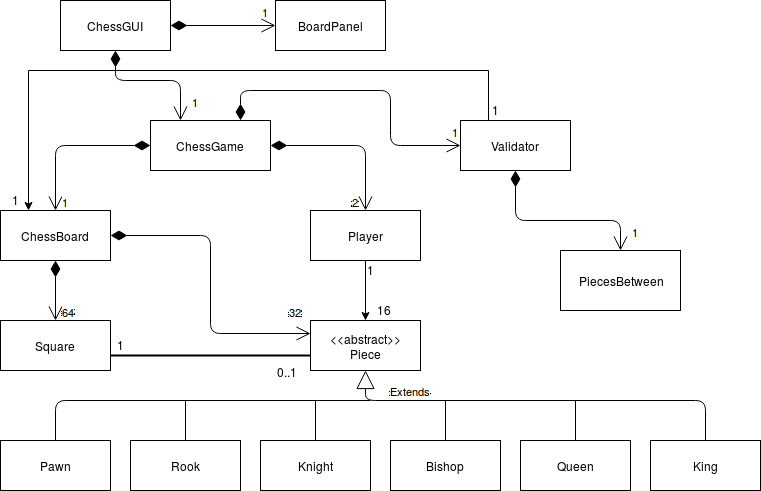
Above: dokumentaatio/cm_classes.png in llmlks/CheckMate (draw.io), before the change. Source tidied: cells renumbered, new cells last; positions are measured from the earlier drawing's top-left corner, leaving out a move shared by most shapes.
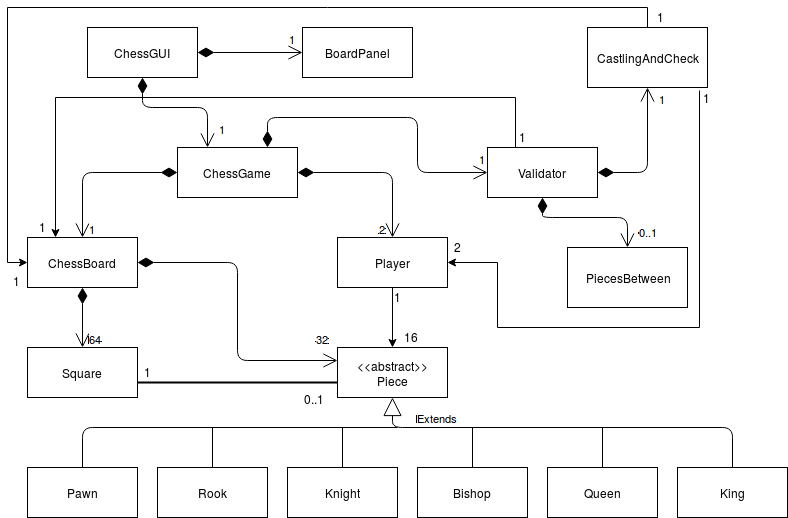
After the change.

What changed in the source:
```diff
@@ -141,12 +141,13 @@
       <mxGeometry x="490" y="100" width="20" height="20" as="geometry" />
     </mxCell>
     <mxCell id="34" value="PiecesBetween" style="whiteSpace=wrap;html=1;" parent="1" vertex="1">
-      <mxGeometry x="560" y="250" width="120" height="60" as="geometry" />
+      <mxGeometry x="540" y="220" width="120" height="60" as="geometry" />
     </mxCell>
-    <mxCell id="35" value="1" style="endArrow=open;html=1;endSize=12;startArrow=diamondThin;startSize=14;startFill=1;edgeStyle=orthogonalEdgeStyle;align=left;verticalAlign=bottom;entryX=0.5;entryY=0;" parent="1" edge="1" source="30" target="34">
+    <mxCell id="35" value="0..1" style="endArrow=open;html=1;endSize=12;startArrow=diamondThin;startSize=14;startFill=1;edgeStyle=orthogonalEdgeStyle;align=left;verticalAlign=bottom;entryX=0.5;entryY=0;" parent="1" edge="1" source="30" target="34">
       <mxGeometry x="0.89" y="10" relative="1" as="geometry">
         <Array as="points">
-          <mxPoint x="515" y="220" />
+          <mxPoint x="515" y="190" />
+          <mxPoint x="600" y="190" />
         </Array>
       </mxGeometry>
     </mxCell>
@@ -167,5 +168,45 @@
         </Array>
       </mxGeometry>
     </mxCell>
+    <mxCell id="40" style="edgeStyle=none;rounded=0;html=1;exitX=0.5;exitY=0;jettySize=auto;entryX=0;entryY=0.5;" parent="1" edge="1" source="42" target="2">
+      <mxGeometry relative="1" as="geometry">
+        <Array as="points">
+          <mxPoint x="620" y="-20" />
+          <mxPoint x="-20" y="-20" />
+          <mxPoint x="-20" y="235" />
+        </Array>
+      </mxGeometry>
+    </mxCell>
+    <mxCell id="41" style="edgeStyle=none;rounded=0;html=1;exitX=0.933;exitY=1.05;jettySize=auto;exitPerimeter=0;entryX=1;entryY=0.5;" parent="1" edge="1" source="42" target="4">
+      <mxGeometry relative="1" as="geometry">
+        <Array as="points">
+          <mxPoint x="672" y="300" />
+          <mxPoint x="470" y="300" />
+          <mxPoint x="470" y="235" />
+        </Array>
+      </mxGeometry>
+    </mxCell>
+    <mxCell id="42" value="CastlingAndCheck" style="whiteSpace=wrap;html=1;" parent="1" vertex="1">
+      <mxGeometry x="560" width="120" height="60" as="geometry" />
+    </mxCell>
+    <mxCell id="43" value="1" style="endArrow=open;html=1;endSize=12;startArrow=diamondThin;startSize=14;startFill=1;edgeStyle=orthogonalEdgeStyle;align=left;verticalAlign=bottom;exitX=1;exitY=0.5;entryX=0.5;entryY=1;" parent="1" edge="1" source="30" target="42">
+      <mxGeometry x="0.7" y="-10" relative="1" as="geometry">
+        <Array as="points">
+          <mxPoint x="620" y="145" />
+        </Array>
+      </mxGeometry>
+    </mxCell>
+    <mxCell id="44" value="2" style="text;html=1;align=left;verticalAlign=top;spacingTop=-4;" parent="1" vertex="1">
+      <mxGeometry x="425" y="210" width="20" height="20" as="geometry" />
+    </mxCell>
+    <mxCell id="45" value="1" style="text;html=1;align=left;verticalAlign=top;spacingTop=-4;" parent="1" vertex="1">
+      <mxGeometry x="674" y="61" width="20" height="20" as="geometry" />
+    </mxCell>
+    <mxCell id="46" value="1" style="text;html=1;align=left;verticalAlign=top;spacingTop=-4;" parent="1" vertex="1">
+      <mxGeometry x="628" y="-20" width="20" height="20" as="geometry" />
+    </mxCell>
+    <mxCell id="47" value="1" style="text;html=1;align=left;verticalAlign=top;spacingTop=-4;" parent="1" vertex="1">
+      <mxGeometry x="-16" y="244" width="20" height="20" as="geometry" />
+    </mxCell>
   </root>
 </mxGraphModel>
```
